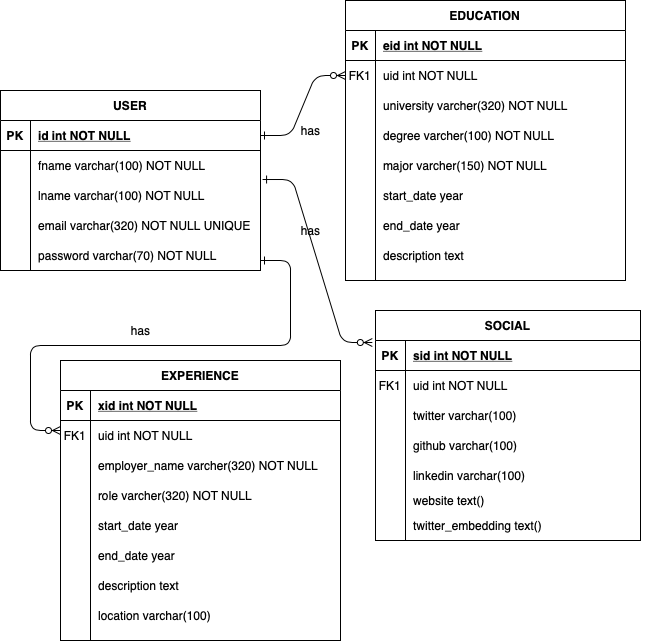
UIC-CS484/assignment-2---final-project-repository-team27 keeps this draw.io diagram as mywebsite/database/ERDiagram.png. Above is the earlier version. Source tidied: cells renumbered, new cells last; positions are measured from the earlier drawing's top-left corner, leaving out a move shared by most shapes.
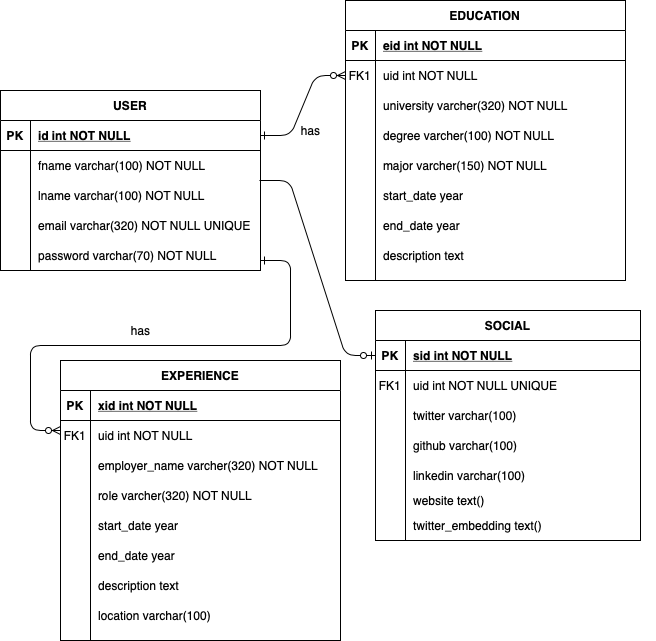
The same diagram one commit later.

What changed in the source:
```diff
@@ -158,13 +158,7 @@
     <mxCell id="52" style="shape=partialRectangle;overflow=hidden;fillColor=none;top=0;left=0;bottom=0;right=0;align=left;spacingLeft=6;" parent="50" vertex="1">
       <mxGeometry x="30" width="235" height="30" as="geometry" />
     </mxCell>
-    <mxCell id="53" style="edgeStyle=entityRelationEdgeStyle;endArrow=ERzeroToMany;startArrow=ERone;endFill=1;startFill=0;entryX=-0.012;entryY=0.067;entryDx=0;entryDy=0;entryPerimeter=0;exitX=1.008;exitY=0.967;exitDx=0;exitDy=0;exitPerimeter=0;" parent="1" edge="1" source="17" target="47">
-      <mxGeometry relative="1" as="geometry" />
-    </mxCell>
-    <mxCell id="54" value="has" style="text;html=1;align=center;verticalAlign=middle;strokeColor=none;" parent="1" vertex="1">
-      <mxGeometry x="295" y="220" width="30" height="20" as="geometry" />
-    </mxCell>
-    <mxCell id="55" value="uid int NOT NULL" style="shape=partialRectangle;overflow=hidden;fillColor=none;top=0;left=0;bottom=0;right=0;align=left;spacingLeft=6;" parent="1" vertex="1">
+    <mxCell id="55" value="uid int NOT NULL UNIQUE" style="shape=partialRectangle;overflow=hidden;fillColor=none;top=0;left=0;bottom=0;right=0;align=left;spacingLeft=6;" parent="1" vertex="1">
       <mxGeometry x="405" y="370" width="250" height="30" as="geometry" />
     </mxCell>
     <mxCell id="56" value="FK1" style="shape=partialRectangle;overflow=hidden;fillColor=none;top=0;left=0;bottom=0;right=0;" parent="1" vertex="1">
@@ -185,5 +179,8 @@
     <mxCell id="61" value="twitter_embedding text()" style="shape=partialRectangle;overflow=hidden;fillColor=none;top=0;left=0;bottom=0;right=0;align=left;spacingLeft=6;" parent="1" vertex="1">
       <mxGeometry x="405" y="510" width="250" height="30" as="geometry" />
     </mxCell>
+    <mxCell id="53" style="edgeStyle=entityRelationEdgeStyle;fontSize=12;html=1;endArrow=ERzeroToOne;endFill=1;exitX=0.996;exitY=1;exitDx=0;exitDy=0;exitPerimeter=0;entryX=0;entryY=0.5;entryDx=0;entryDy=0;" parent="1" edge="1" source="17" target="47">
+      <mxGeometry relative="1" as="geometry" />
+    </mxCell>
   </root>
 </mxGraphModel>
```
